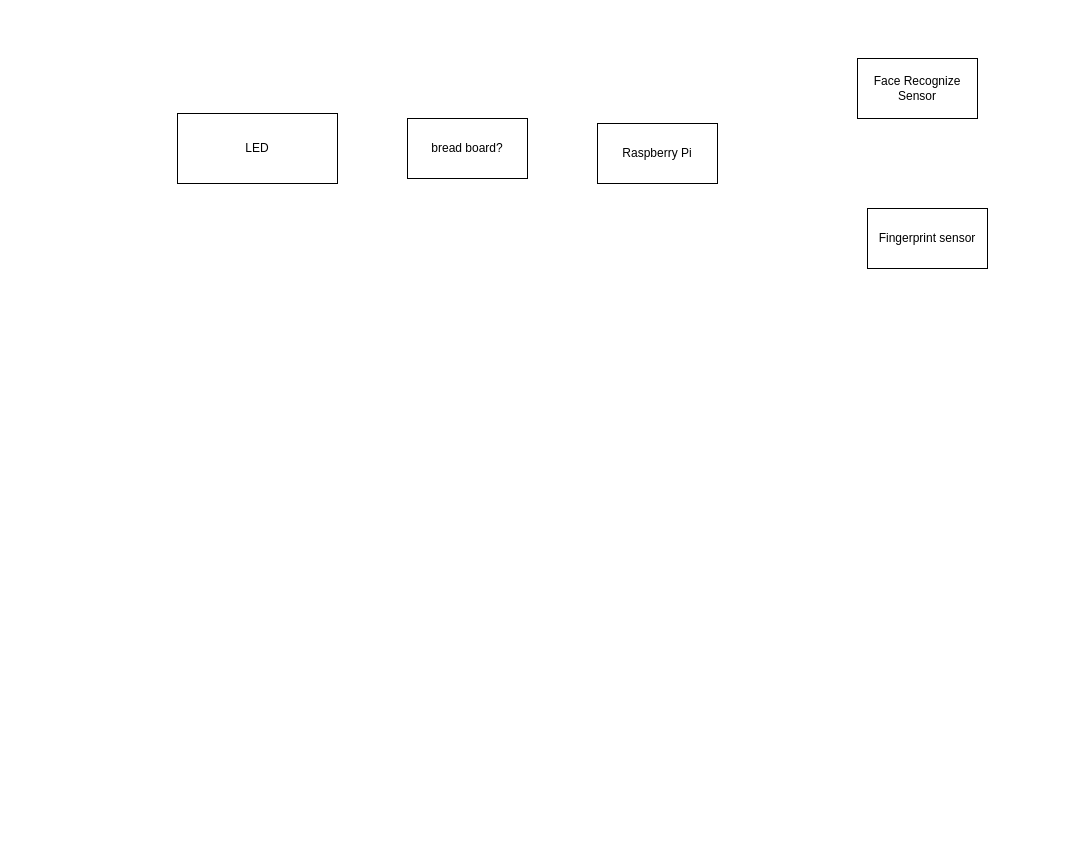
chakety/Grad-Program-NEU keeps this draw.io diagram as IoT Embedded System Design/Final Project/Untitled Diagram.drawio. Above is the earlier version. Source tidied: cells renumbered, new cells numbered last; positions are measured from the earlier drawing's top-left corner, leaving out a move shared by most shapes. Both pictures are drawn from the tidied source at 100%, with x=0, y=0 at pixel (177, 58).
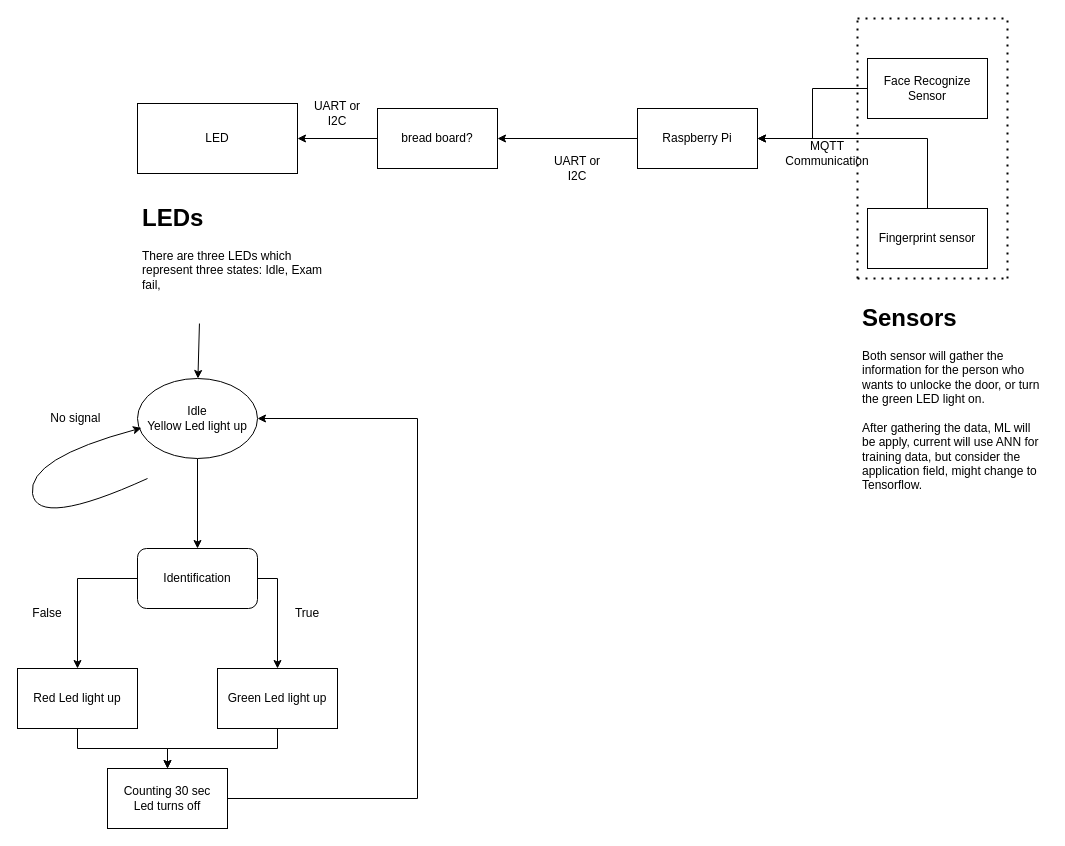
After the change.

The change refers to these unchanged cells:
```xml
<mxCell id="3" value="Fingerprint sensor" style="rounded=0;whiteSpace=wrap;html=1;" parent="1" vertex="1">
  <mxGeometry x="690" y="150" width="120" height="60" as="geometry" />
</mxCell>
```

Change to the diagram source:
```diff
@@
     <mxCell id="2" value="LED" style="rounded=0;whiteSpace=wrap;html=1;" parent="1" vertex="1">
-      <mxGeometry y="55" width="160" height="70" as="geometry" />
+      <mxGeometry x="-40" y="45" width="160" height="70" as="geometry" />
     </mxCell>
+    <mxCell id="7" style="edgeStyle=orthogonalEdgeStyle;rounded=0;jettySize=auto;html=1;" parent="1" edge="1" source="3">
+      <mxGeometry relative="1" as="geometry">
+        <mxPoint x="580" y="80" as="targetPoint" />
+        <Array as="points">
+          <mxPoint x="750" y="80" />
+        </Array>
+      </mxGeometry>
+    </mxCell>
@@
+    <mxCell id="8" style="edgeStyle=orthogonalEdgeStyle;rounded=0;jettySize=auto;html=1;exitX=0;exitY=0.5;exitDx=0;exitDy=0;entryX=1;entryY=0.5;entryDx=0;entryDy=0;" parent="1" edge="1" source="4" target="5">
+      <mxGeometry relative="1" as="geometry" />
+    </mxCell>
     <mxCell id="4" value="Face Recognize Sensor" style="rounded=0;whiteSpace=wrap;html=1;" parent="1" vertex="1">
-      <mxGeometry x="680" width="120" height="60" as="geometry" />
+      <mxGeometry x="690" width="120" height="60" as="geometry" />
     </mxCell>
+    <mxCell id="9" style="edgeStyle=orthogonalEdgeStyle;rounded=0;jettySize=auto;html=1;entryX=1;entryY=0.5;entryDx=0;entryDy=0;" parent="1" edge="1" source="5" target="6">
+      <mxGeometry relative="1" as="geometry" />
+    </mxCell>
     <mxCell id="5" value="Raspberry Pi" style="rounded=0;whiteSpace=wrap;html=1;" parent="1" vertex="1">
-      <mxGeometry x="420" y="65" width="120" height="60" as="geometry" />
+      <mxGeometry x="460" y="50" width="120" height="60" as="geometry" />
     </mxCell>
+    <mxCell id="10" style="edgeStyle=orthogonalEdgeStyle;rounded=0;jettySize=auto;html=1;entryX=1;entryY=0.5;entryDx=0;entryDy=0;" parent="1" edge="1" source="6" target="2">
+      <mxGeometry relative="1" as="geometry" />
+    </mxCell>
     <mxCell id="6" value="bread board?" style="rounded=0;whiteSpace=wrap;html=1;" parent="1" vertex="1">
-      <mxGeometry x="230" y="60" width="120" height="60" as="geometry" />
+      <mxGeometry x="200" y="50" width="120" height="60" as="geometry" />
     </mxCell>
+    <mxCell id="11" value="MQTT&lt;br&gt;Communication" style="text;html=1;strokeColor=none;fillColor=none;align=center;verticalAlign=middle;whiteSpace=wrap;rounded=0;" parent="1" vertex="1">
+      <mxGeometry x="620" y="80" width="60" height="30" as="geometry" />
+    </mxCell>
+    <mxCell id="12" value="UART or I2C" style="text;html=1;strokeColor=none;fillColor=none;align=center;verticalAlign=middle;whiteSpace=wrap;rounded=0;" parent="1" vertex="1">
+      <mxGeometry x="370" y="95" width="60" height="30" as="geometry" />
+    </mxCell>
+    <mxCell id="13" value="UART or I2C" style="text;html=1;strokeColor=none;fillColor=none;align=center;verticalAlign=middle;whiteSpace=wrap;rounded=0;" parent="1" vertex="1">
+      <mxGeometry x="130" y="40" width="60" height="30" as="geometry" />
+    </mxCell>
+    <mxCell id="14" style="endArrow=none;dashed=1;html=1;dashPattern=1 3;strokeWidth=2;rounded=0;fontStyle=1;" parent="1" edge="1">
+      <mxGeometry relative="1" as="geometry">
+        <mxPoint x="680" y="220" as="sourcePoint" />
+        <mxPoint x="680" y="-40" as="targetPoint" />
+      </mxGeometry>
+    </mxCell>
+    <mxCell id="15" style="endArrow=none;dashed=1;html=1;dashPattern=1 3;strokeWidth=2;rounded=0;fontStyle=1;" parent="1" edge="1">
+      <mxGeometry relative="1" as="geometry">
+        <mxPoint x="830" y="220" as="sourcePoint" />
+        <mxPoint x="830" y="-40" as="targetPoint" />
+      </mxGeometry>
+    </mxCell>
+    <mxCell id="16" style="endArrow=none;dashed=1;html=1;dashPattern=1 3;strokeWidth=2;rounded=0;" parent="1" edge="1">
+      <mxGeometry relative="1" as="geometry">
+        <mxPoint x="680" y="-40" as="sourcePoint" />
+        <mxPoint x="830" y="-40" as="targetPoint" />
+      </mxGeometry>
+    </mxCell>
+    <mxCell id="17" style="endArrow=none;dashed=1;html=1;dashPattern=1 3;strokeWidth=2;rounded=0;" parent="1" edge="1">
+      <mxGeometry relative="1" as="geometry">
+        <mxPoint x="680" y="220" as="sourcePoint" />
+        <mxPoint x="830" y="220" as="targetPoint" />
+      </mxGeometry>
+    </mxCell>
+    <mxCell id="18" value="&lt;h1&gt;Sensors&lt;/h1&gt;&lt;div&gt;Both sensor will gather the information for the person who wants to unlocke the door, or turn the green LED light on.&lt;/div&gt;&lt;div&gt;&lt;br&gt;&lt;/div&gt;&lt;div&gt;After gathering the data, ML will be apply, current will use ANN for training data, but consider the application field, might change to Tensorflow.&lt;/div&gt;&lt;div&gt;&lt;br&gt;&lt;/div&gt;" style="text;html=1;strokeColor=none;fillColor=none;spacing=5;spacingTop=-20;whiteSpace=wrap;overflow=hidden;rounded=0;" parent="1" vertex="1">
+      <mxGeometry x="680" y="240" width="190" height="210" as="geometry" />
+    </mxCell>
+    <mxCell id="19" value="&lt;h1&gt;LEDs&lt;/h1&gt;&lt;div&gt;There are three LEDs which represent three states: Idle, Exam fail,&amp;nbsp;&lt;/div&gt;&lt;div&gt;&amp;nbsp;&lt;/div&gt;" style="text;html=1;strokeColor=none;fillColor=none;spacing=5;spacingTop=-20;whiteSpace=wrap;overflow=hidden;rounded=0;" parent="1" vertex="1">
+      <mxGeometry x="-40" y="140" width="190" height="120" as="geometry" />
+    </mxCell>
+    <mxCell id="20" style="endArrow=classic;html=1;rounded=0;exitX=0.326;exitY=1.042;exitDx=0;exitDy=0;exitPerimeter=0;" parent="1" edge="1" source="19" target="22">
+      <mxGeometry relative="1" as="geometry" />
+    </mxCell>
+    <mxCell id="21" style="edgeStyle=orthogonalEdgeStyle;rounded=0;jettySize=auto;html=1;entryX=0.5;entryY=0;entryDx=0;entryDy=0;" parent="1" edge="1" source="22" target="25">
+      <mxGeometry relative="1" as="geometry" />
+    </mxCell>
+    <mxCell id="22" value="Idle&lt;br&gt;Yellow Led light up" style="ellipse;whiteSpace=wrap;html=1;" parent="1" vertex="1">
+      <mxGeometry x="-40" y="320" width="120" height="80" as="geometry" />
+    </mxCell>
+    <mxCell id="23" style="edgeStyle=orthogonalEdgeStyle;rounded=0;jettySize=auto;html=1;" parent="1" edge="1" source="25" target="27">
+      <mxGeometry relative="1" as="geometry">
+        <Array as="points">
+          <mxPoint x="100" y="520" />
+        </Array>
+      </mxGeometry>
+    </mxCell>
+    <mxCell id="24" style="edgeStyle=orthogonalEdgeStyle;rounded=0;jettySize=auto;html=1;entryX=0.5;entryY=0;entryDx=0;entryDy=0;" parent="1" edge="1" source="25" target="29">
+      <mxGeometry relative="1" as="geometry">
+        <Array as="points">
+          <mxPoint x="-100" y="520" />
+        </Array>
+      </mxGeometry>
+    </mxCell>
+    <mxCell id="25" value="Identification" style="rounded=1;whiteSpace=wrap;html=1;" parent="1" vertex="1">
+      <mxGeometry x="-40" y="490" width="120" height="60" as="geometry" />
+    </mxCell>
+    <mxCell id="26" style="edgeStyle=orthogonalEdgeStyle;rounded=0;jettySize=auto;html=1;entryX=0.5;entryY=0;entryDx=0;entryDy=0;" parent="1" edge="1" source="27" target="33">
+      <mxGeometry relative="1" as="geometry" />
+    </mxCell>
+    <mxCell id="27" value="Green Led light up" style="rounded=0;whiteSpace=wrap;html=1;" parent="1" vertex="1">
+      <mxGeometry x="40" y="610" width="120" height="60" as="geometry" />
+    </mxCell>
+    <mxCell id="28" style="edgeStyle=orthogonalEdgeStyle;rounded=0;jettySize=auto;html=1;" parent="1" edge="1" source="29" target="33">
+      <mxGeometry relative="1" as="geometry" />
+    </mxCell>
+    <mxCell id="29" value="Red Led light up" style="rounded=0;whiteSpace=wrap;html=1;" parent="1" vertex="1">
+      <mxGeometry x="-160" y="610" width="120" height="60" as="geometry" />
+    </mxCell>
+    <mxCell id="30" value="True" style="text;html=1;strokeColor=none;fillColor=none;align=center;verticalAlign=middle;whiteSpace=wrap;rounded=0;" parent="1" vertex="1">
+      <mxGeometry x="100" y="540" width="60" height="30" as="geometry" />
+    </mxCell>
+    <mxCell id="31" value="False" style="text;html=1;strokeColor=none;fillColor=none;align=center;verticalAlign=middle;whiteSpace=wrap;rounded=0;" parent="1" vertex="1">
+      <mxGeometry x="-160" y="540" width="60" height="30" as="geometry" />
+    </mxCell>
+    <mxCell id="32" style="edgeStyle=orthogonalEdgeStyle;rounded=0;jettySize=auto;html=1;entryX=1;entryY=0.5;entryDx=0;entryDy=0;" parent="1" edge="1" source="33" target="22">
+      <mxGeometry relative="1" as="geometry">
+        <Array as="points">
+          <mxPoint x="240" y="740" />
+          <mxPoint x="240" y="360" />
+        </Array>
+      </mxGeometry>
+    </mxCell>
+    <mxCell id="33" value="Counting 30 sec&lt;br&gt;Led turns off" style="rounded=0;whiteSpace=wrap;html=1;" parent="1" vertex="1">
+      <mxGeometry x="-70" y="710" width="120" height="60" as="geometry" />
+    </mxCell>
+    <mxCell id="34" style="curved=1;endArrow=classic;html=1;rounded=0;entryX=0.033;entryY=0.619;entryDx=0;entryDy=0;entryPerimeter=0;" parent="1" edge="1" target="22">
+      <mxGeometry relative="1" as="geometry">
+        <mxPoint x="-30" y="420" as="sourcePoint" />
+        <Array as="points">
+          <mxPoint x="-140" y="470" />
+          <mxPoint x="-150" y="400" />
+        </Array>
+      </mxGeometry>
+    </mxCell>
+    <mxCell id="35" value="No signal&amp;nbsp;" style="text;html=1;strokeColor=none;fillColor=none;align=center;verticalAlign=middle;whiteSpace=wrap;rounded=0;" parent="1" vertex="1">
+      <mxGeometry x="-130" y="345" width="60" height="30" as="geometry" />
+    </mxCell>
```
